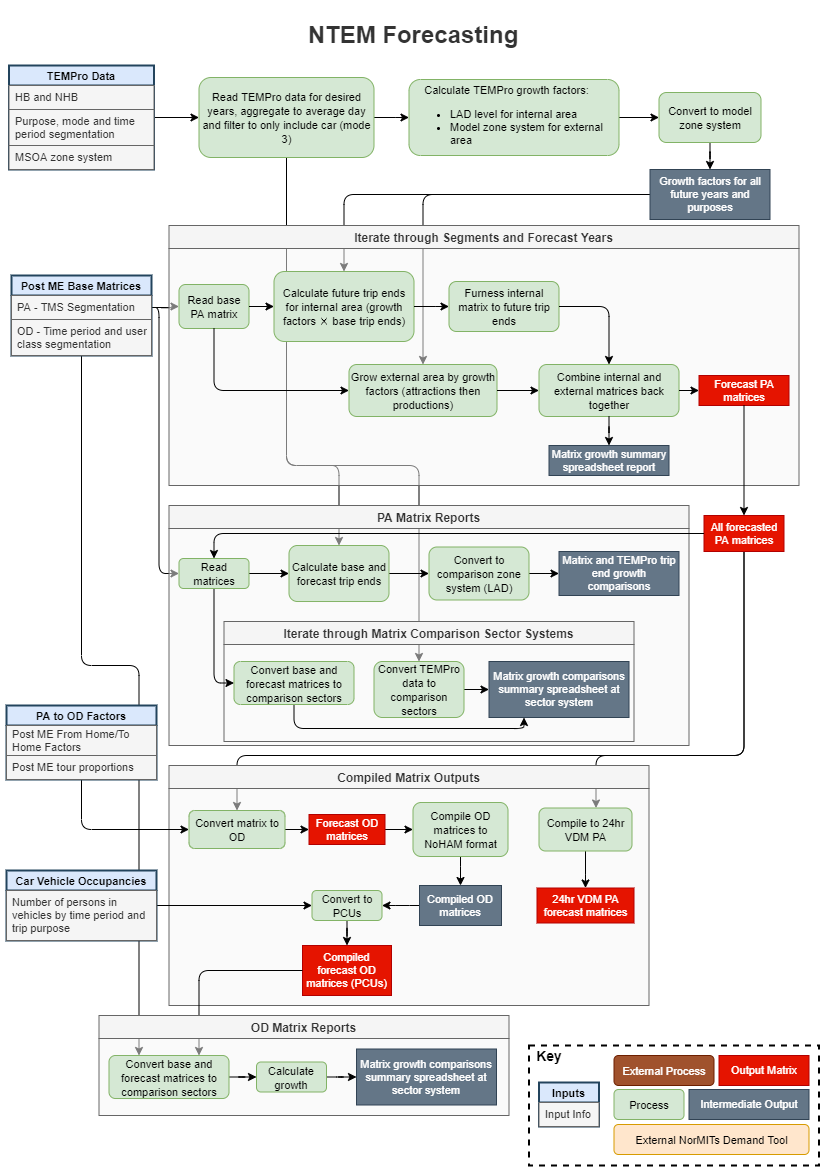
Before: docs/op_models/Images/NTEM_forecast.png, a diagram exported from draw.io (Transport-for-the-North/NorMITs-Demand). Source tidied: cells renumbered, new cells last; positions are measured from the earlier drawing's top-left corner, leaving out a move shared by most shapes.
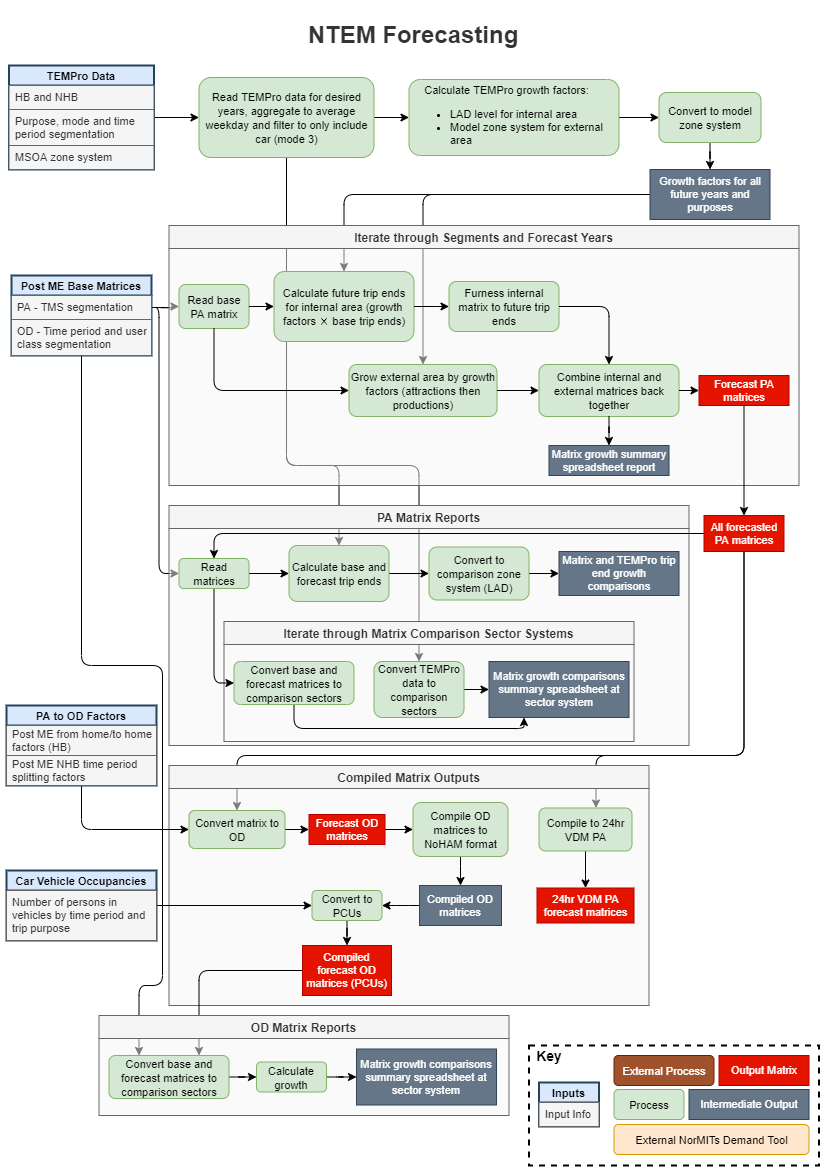
After the commit.

Commit message:
Tweaked NTEM flowchart

Some small wording tweaks to the NTEM flowchart.

The edit, as a diff of the source:
```diff
@@ -5,8 +5,10 @@
     <mxCell id="2" style="edgeStyle=orthogonalEdgeStyle;rounded=1;jumpStyle=none;jumpSize=4;jettySize=auto;html=1;exitX=0.5;exitY=1;exitDx=0;exitDy=0;entryX=0.25;entryY=0;entryDx=0;entryDy=0;startSize=23;fontColor=#333333;" parent="1" edge="1" source="90" target="81">
       <mxGeometry relative="1" as="geometry">
         <Array as="points">
-          <mxPoint x="75.5" y="650" />
-          <mxPoint x="132.5" y="650" />
+          <mxPoint x="75" y="650" />
+          <mxPoint x="156" y="650" />
+          <mxPoint x="156" y="970" />
+          <mxPoint x="133" y="970" />
         </Array>
       </mxGeometry>
     </mxCell>
@@ -59,7 +61,7 @@
         </Array>
       </mxGeometry>
     </mxCell>
-    <mxCell id="16" value="&lt;font style=&quot;font-size: 11px&quot;&gt;Read TEMPro data for desired years, aggregate to average day and filter to only include car (mode 3)&lt;/font&gt;" style="rounded=1;whiteSpace=wrap;html=1;fillColor=#d5e8d4;strokeColor=#82b366;" parent="1" vertex="1">
+    <mxCell id="16" value="&lt;font style=&quot;font-size: 11px&quot;&gt;Read TEMPro data for desired years, aggregate to average weekday and filter to only include car (mode 3)&lt;/font&gt;" style="rounded=1;whiteSpace=wrap;html=1;fillColor=#d5e8d4;strokeColor=#82b366;" parent="1" vertex="1">
       <mxGeometry x="192.5" y="62" width="175" height="80" as="geometry" />
     </mxCell>
     <mxCell id="17" style="edgeStyle=orthogonalEdgeStyle;rounded=1;jettySize=auto;html=1;" parent="1" edge="1" source="86" target="16">
@@ -304,20 +306,20 @@
     <mxCell id="90" value="Post ME Base Matrices" style="swimlane;fontStyle=1;horizontal=1;startSize=20;fillColor=#dae8fc;rounded=0;glass=0;fontSize=11;align=center;strokeWidth=2;strokeColor=#23445D;" parent="1" vertex="1">
       <mxGeometry x="5" y="260" width="140" height="80" as="geometry" />
     </mxCell>
-    <mxCell id="91" value="PA - TMS Segmentation" style="text;strokeColor=#666666;fillColor=#f5f5f5;align=left;verticalAlign=middle;spacingLeft=4;spacingRight=4;overflow=hidden;points=[[0,0.5],[1,0.5]];portConstraint=eastwest;fontSize=11;whiteSpace=wrap;fontColor=#333333;" parent="90" vertex="1">
+    <mxCell id="91" value="PA - TMS segmentation" style="text;strokeColor=#666666;fillColor=#f5f5f5;align=left;verticalAlign=middle;spacingLeft=4;spacingRight=4;overflow=hidden;points=[[0,0.5],[1,0.5]];portConstraint=eastwest;fontSize=11;whiteSpace=wrap;fontColor=#333333;" parent="90" vertex="1">
       <mxGeometry y="20" width="140" height="24" as="geometry" />
     </mxCell>
     <mxCell id="92" value="OD - Time period and user class segmentation" style="text;strokeColor=#666666;fillColor=#f5f5f5;align=left;verticalAlign=middle;spacingLeft=4;spacingRight=4;overflow=hidden;fontSize=11;whiteSpace=wrap;fontColor=#333333;" parent="90" vertex="1">
       <mxGeometry y="44" width="140" height="36" as="geometry" />
     </mxCell>
     <mxCell id="93" value="PA to OD Factors" style="swimlane;fontStyle=1;horizontal=1;startSize=20;fillColor=#dae8fc;rounded=0;glass=0;fontSize=11;align=center;strokeWidth=2;strokeColor=#23445D;" parent="1" vertex="1">
-      <mxGeometry y="690" width="150" height="74" as="geometry" />
+      <mxGeometry y="690" width="150" height="80" as="geometry" />
     </mxCell>
-    <mxCell id="94" value="Post ME From Home/To Home Factors" style="text;strokeColor=#666666;fillColor=#f5f5f5;align=left;verticalAlign=middle;spacingLeft=4;spacingRight=4;overflow=hidden;fontSize=11;whiteSpace=wrap;fontColor=#333333;" parent="93" vertex="1">
+    <mxCell id="94" value="Post ME from home/to home factors (HB)" style="text;strokeColor=#666666;fillColor=#f5f5f5;align=left;verticalAlign=middle;spacingLeft=4;spacingRight=4;overflow=hidden;fontSize=11;whiteSpace=wrap;fontColor=#333333;" parent="93" vertex="1">
       <mxGeometry y="20" width="150" height="30" as="geometry" />
     </mxCell>
-    <mxCell id="95" value="Post ME tour proportions" style="text;strokeColor=#666666;fillColor=#f5f5f5;align=left;verticalAlign=middle;spacingLeft=4;spacingRight=4;overflow=hidden;fontSize=11;whiteSpace=wrap;fontColor=#333333;" parent="93" vertex="1">
-      <mxGeometry y="50" width="150" height="24" as="geometry" />
+    <mxCell id="95" value="Post ME NHB time period splitting factors" style="text;strokeColor=#666666;fillColor=#f5f5f5;align=left;verticalAlign=middle;spacingLeft=4;spacingRight=4;overflow=hidden;fontSize=11;whiteSpace=wrap;fontColor=#333333;" parent="93" vertex="1">
+      <mxGeometry y="50" width="150" height="30" as="geometry" />
     </mxCell>
     <mxCell id="96" value="Car Vehicle Occupancies" style="swimlane;fontStyle=1;horizontal=1;startSize=20;fillColor=#dae8fc;rounded=0;glass=0;fontSize=11;align=center;strokeWidth=2;strokeColor=#23445D;" parent="1" vertex="1">
       <mxGeometry y="855" width="150" height="70" as="geometry" />
```
